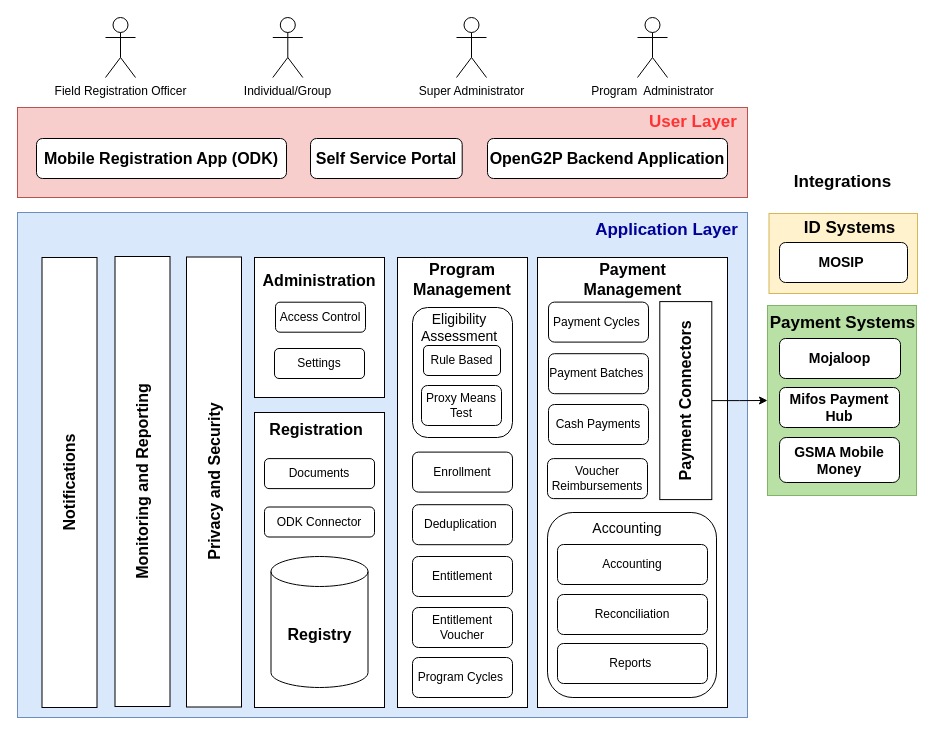
Earlier version of the draw.io diagram .gitbook/assets/functional-architecture.drawio (OpenG2P/openg2p-documentation). Source tidied: cells renumbered, new cells numbered last; positions are measured from the earlier drawing's top-left corner, leaving out a move shared by most shapes. Both pictures are drawn from the tidied source at 100%, with x=0, y=0 at pixel (-156, 17).
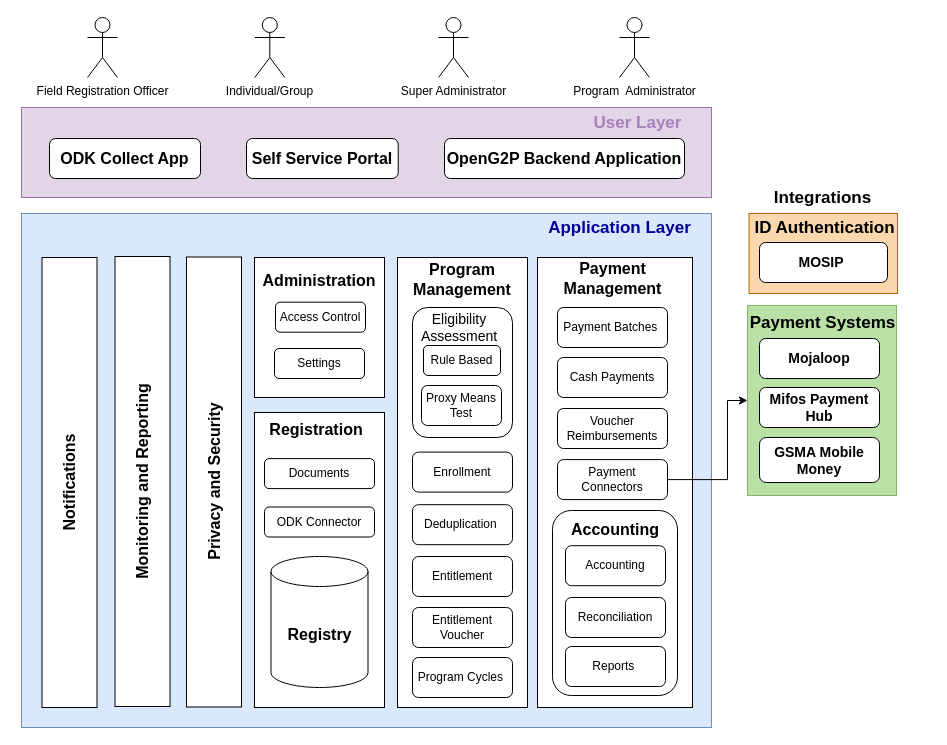
The same diagram, later.

Commit message:
Mobile Registration App -> ODK Collect App

The edit, as a diff of the source:
```diff
@@
     <mxCell id="2" style="rounded=0;whiteSpace=wrap;html=1;fillColor=#dae8fc;strokeColor=#6c8ebf;" parent="1" vertex="1">
-      <mxGeometry x="173" y="195" width="730" height="505" as="geometry" />
+      <mxGeometry x="177" y="196" width="690" height="514" as="geometry" />
     </mxCell>
     <mxCell id="3" style="rounded=0;whiteSpace=wrap;html=1;" parent="1" vertex="1">
-      <mxGeometry x="693" y="240" width="190" height="450" as="geometry" />
+      <mxGeometry x="693" y="240" width="155" height="450" as="geometry" />
     </mxCell>
-    <mxCell id="4" style="rounded=1;whiteSpace=wrap;html=1;align=center;labelPosition=center;verticalLabelPosition=top;verticalAlign=bottom;" parent="1" vertex="1">
-      <mxGeometry x="703" y="495" width="169" height="185" as="geometry" />
-    </mxCell>
+    <mxCell id="58" style="rounded=1;whiteSpace=wrap;html=1;" parent="1" vertex="1">
+      <mxGeometry x="708" y="493" width="125" height="185" as="geometry" />
+    </mxCell>
     <mxCell id="5" style="rounded=0;whiteSpace=wrap;html=1;fillColor=#B9E0A5;strokeColor=#82b366;" parent="1" vertex="1">
-      <mxGeometry x="923" y="288" width="149" height="190" as="geometry" />
+      <mxGeometry x="903" y="288" width="149" height="190" as="geometry" />
     </mxCell>
-    <mxCell id="6" style="rounded=0;whiteSpace=wrap;html=1;fillColor=#fff2cc;strokeColor=#d6b656;" parent="1" vertex="1">
-      <mxGeometry x="924.5" y="196" width="148.5" height="80" as="geometry" />
+    <mxCell id="6" style="rounded=0;whiteSpace=wrap;html=1;fillColor=#fad7ac;strokeColor=#b46504;" parent="1" vertex="1">
+      <mxGeometry x="904.5" y="196" width="148.5" height="80" as="geometry" />
     </mxCell>
-    <mxCell id="7" style="rounded=0;whiteSpace=wrap;html=1;fillColor=#f8cecc;strokeColor=#b85450;" parent="1" vertex="1">
-      <mxGeometry x="173" y="90" width="730" height="90" as="geometry" />
+    <mxCell id="7" style="rounded=0;whiteSpace=wrap;html=1;fillColor=#e1d5e7;strokeColor=#9673a6;" parent="1" vertex="1">
+      <mxGeometry x="177" y="90" width="690" height="90" as="geometry" />
     </mxCell>
@@
-    <mxCell id="11" value="&lt;font style=&quot;font-size: 16px;&quot;&gt;&lt;b&gt;Mobile Registration App (ODK)&lt;/b&gt;&lt;/font&gt;" style="rounded=1;whiteSpace=wrap;html=1;" parent="1" vertex="1">
-      <mxGeometry x="192" y="121" width="250" height="40" as="geometry" />
+    <mxCell id="11" value="&lt;font style=&quot;font-size: 16px;&quot;&gt;&lt;b&gt;ODK Collect App&lt;/b&gt;&lt;/font&gt;" style="rounded=1;whiteSpace=wrap;html=1;" parent="1" vertex="1">
+      <mxGeometry x="205" y="121" width="151" height="40" as="geometry" />
     </mxCell>
     <mxCell id="12" value="Super Administrator" style="shape=umlActor;verticalLabelPosition=bottom;verticalAlign=top;html=1;" parent="1" vertex="1">
-      <mxGeometry x="612" width="30" height="60" as="geometry" />
+      <mxGeometry x="594" width="30" height="60" as="geometry" />
     </mxCell>
     <mxCell id="13" value="Program&amp;nbsp; Administrator" style="shape=umlActor;verticalLabelPosition=bottom;verticalAlign=top;html=1;" parent="1" vertex="1">
-      <mxGeometry x="793" width="30" height="60" as="geometry" />
+      <mxGeometry x="775" width="30" height="60" as="geometry" />
     </mxCell>
     <mxCell id="14" value="Field Registration Officer&lt;br&gt;" style="shape=umlActor;verticalLabelPosition=bottom;verticalAlign=top;html=1;" parent="1" vertex="1">
-      <mxGeometry x="261" width="30" height="60" as="geometry" />
+      <mxGeometry x="243" width="30" height="60" as="geometry" />
     </mxCell>
     <mxCell id="15" value="Individual/Group&lt;br&gt;" style="shape=umlActor;verticalLabelPosition=bottom;verticalAlign=top;html=1;" parent="1" vertex="1">
-      <mxGeometry x="428.3" width="30" height="60" as="geometry" />
+      <mxGeometry x="410.3" width="30" height="60" as="geometry" />
     </mxCell>
@@
     <mxCell id="19" value="&lt;font style=&quot;font-size: 16px;&quot;&gt;&lt;b&gt;Self Service Portal&lt;/b&gt;&lt;/font&gt;" style="rounded=1;whiteSpace=wrap;html=1;" parent="1" vertex="1">
-      <mxGeometry x="466" y="121" width="151.7" height="40" as="geometry" />
+      <mxGeometry x="402" y="121" width="151.7" height="40" as="geometry" />
     </mxCell>
     <mxCell id="20" value="&lt;font style=&quot;font-size: 16px;&quot;&gt;&lt;b&gt;OpenG2P Backend Application&lt;/b&gt;&lt;/font&gt;" style="rounded=1;whiteSpace=wrap;html=1;" parent="1" vertex="1">
-      <mxGeometry x="643" y="121" width="240" height="40" as="geometry" />
+      <mxGeometry x="600" y="121" width="240" height="40" as="geometry" />
     </mxCell>
@@
-    <mxCell id="26" value="Payment Cycles&amp;nbsp;" style="rounded=1;whiteSpace=wrap;html=1;" parent="1" vertex="1">
-      <mxGeometry x="704" y="284.6" width="100" height="40" as="geometry" />
-    </mxCell>
     <mxCell id="27" value="Payment Batches&amp;nbsp;" style="rounded=1;whiteSpace=wrap;html=1;" parent="1" vertex="1">
-      <mxGeometry x="704" y="336.2" width="100" height="40" as="geometry" />
+      <mxGeometry x="713" y="290" width="110" height="40" as="geometry" />
     </mxCell>
     <mxCell id="28" value="Accounting" style="rounded=1;whiteSpace=wrap;html=1;" parent="1" vertex="1">
-      <mxGeometry x="713" y="527" width="150" height="40" as="geometry" />
+      <mxGeometry x="721" y="528.2" width="100" height="40" as="geometry" />
     </mxCell>
     <mxCell id="29" value="Reconciliation" style="rounded=1;whiteSpace=wrap;html=1;" parent="1" vertex="1">
-      <mxGeometry x="713" y="577" width="150" height="40" as="geometry" />
+      <mxGeometry x="721" y="580" width="100" height="40" as="geometry" />
     </mxCell>
     <mxCell id="30" value="Reports&amp;nbsp;" style="rounded=1;whiteSpace=wrap;html=1;" parent="1" vertex="1">
-      <mxGeometry x="713" y="626" width="150" height="40" as="geometry" />
+      <mxGeometry x="721" y="629" width="100" height="40" as="geometry" />
     </mxCell>
     <mxCell id="31" value="&lt;b&gt;&lt;font style=&quot;font-size: 14px;&quot;&gt;Mojaloop&lt;/font&gt;&lt;/b&gt;" style="rounded=1;whiteSpace=wrap;html=1;" parent="1" vertex="1">
-      <mxGeometry x="935" y="321" width="121" height="40" as="geometry" />
+      <mxGeometry x="915" y="321" width="120" height="40" as="geometry" />
     </mxCell>
@@
     <mxCell id="35" value="&lt;b&gt;&lt;font style=&quot;font-size: 14px;&quot;&gt;MOSIP&amp;nbsp;&lt;/font&gt;&lt;/b&gt;" style="rounded=1;whiteSpace=wrap;html=1;" parent="1" vertex="1">
-      <mxGeometry x="935" y="225" width="128" height="40" as="geometry" />
+      <mxGeometry x="915" y="225" width="128" height="40" as="geometry" />
     </mxCell>
     <mxCell id="36" value="&lt;b&gt;&lt;font style=&quot;font-size: 14px;&quot;&gt;Mifos Payment Hub&lt;/font&gt;&lt;/b&gt;" style="rounded=1;whiteSpace=wrap;html=1;" parent="1" vertex="1">
-      <mxGeometry x="935" y="370" width="120" height="40" as="geometry" />
+      <mxGeometry x="915" y="370" width="120" height="40" as="geometry" />
     </mxCell>
     <mxCell id="37" value="&lt;b&gt;&lt;font style=&quot;font-size: 14px;&quot;&gt;GSMA Mobile Money&lt;/font&gt;&lt;/b&gt;" style="rounded=1;whiteSpace=wrap;html=1;" parent="1" vertex="1">
-      <mxGeometry x="935" y="420" width="120" height="45" as="geometry" />
+      <mxGeometry x="915" y="420" width="120" height="45" as="geometry" />
     </mxCell>
-    <mxCell id="38" value="&lt;b&gt;&lt;font color=&quot;#ff3333&quot; style=&quot;font-size: 17px;&quot;&gt;User Layer&lt;/font&gt;&lt;/b&gt;" style="text;html=1;align=center;verticalAlign=middle;whiteSpace=wrap;rounded=0;fontColor=#66FFB3;" parent="1" vertex="1">
-      <mxGeometry x="795" y="90" width="108" height="30" as="geometry" />
+    <mxCell id="38" value="&lt;b&gt;&lt;font style=&quot;font-size: 17px;&quot;&gt;User Layer&lt;/font&gt;&lt;/b&gt;" style="text;html=1;align=center;verticalAlign=middle;whiteSpace=wrap;rounded=0;fontColor=#A680B8;" parent="1" vertex="1">
+      <mxGeometry x="747" y="91" width="93" height="30" as="geometry" />
     </mxCell>
@@
     <mxCell id="42" value="Payment Management" style="text;html=1;strokeColor=none;fillColor=none;align=center;verticalAlign=middle;whiteSpace=wrap;rounded=0;fontSize=16;fontStyle=1;" parent="1" vertex="1">
-      <mxGeometry x="738.5" y="247.2" width="99" height="30" as="geometry" />
+      <mxGeometry x="718.5" y="246" width="99" height="30" as="geometry" />
     </mxCell>
     <mxCell id="43" value="&lt;b&gt;&lt;font color=&quot;#000099&quot; style=&quot;font-size: 17px;&quot;&gt;Application Layer&lt;/font&gt;&lt;/b&gt;" style="text;html=1;align=center;verticalAlign=middle;whiteSpace=wrap;rounded=0;fontColor=#66FFB3;" parent="1" vertex="1">
-      <mxGeometry x="742" y="198" width="161" height="30" as="geometry" />
+      <mxGeometry x="703" y="196" width="145" height="30" as="geometry" />
     </mxCell>
@@
-    <mxCell id="45" value="&lt;b&gt;&lt;font color=&quot;#000000&quot; style=&quot;font-size: 17px;&quot;&gt;ID Systems&lt;/font&gt;&lt;/b&gt;" style="text;html=1;align=center;verticalAlign=middle;whiteSpace=wrap;rounded=0;fontColor=#66FFB3;" parent="1" vertex="1">
-      <mxGeometry x="924.5" y="200" width="161" height="21.2" as="geometry" />
+    <mxCell id="45" value="&lt;b&gt;&lt;font color=&quot;#000000&quot; style=&quot;font-size: 17px;&quot;&gt;ID Authentication&lt;/font&gt;&lt;/b&gt;" style="text;html=1;align=center;verticalAlign=middle;whiteSpace=wrap;rounded=0;fontColor=#66FFB3;" parent="1" vertex="1">
+      <mxGeometry x="909" y="200" width="142.5" height="21.2" as="geometry" />
     </mxCell>
     <mxCell id="46" value="&lt;b&gt;&lt;font color=&quot;#000000&quot; style=&quot;font-size: 17px;&quot;&gt;Payment Systems&lt;/font&gt;&lt;/b&gt;" style="text;html=1;align=center;verticalAlign=middle;whiteSpace=wrap;rounded=0;fontColor=#66FFB3;" parent="1" vertex="1">
-      <mxGeometry x="918" y="290.8" width="161" height="30" as="geometry" />
+      <mxGeometry x="898" y="290.8" width="161" height="30" as="geometry" />
     </mxCell>
     <mxCell id="47" value="&lt;b&gt;&lt;font color=&quot;#000000&quot; style=&quot;font-size: 17px;&quot;&gt;Integrations&lt;/font&gt;&lt;/b&gt;" style="text;html=1;align=center;verticalAlign=middle;whiteSpace=wrap;rounded=0;fontColor=#66FFB3;" parent="1" vertex="1">
-      <mxGeometry x="918" y="150" width="161" height="30" as="geometry" />
+      <mxGeometry x="898" y="166" width="161" height="30" as="geometry" />
     </mxCell>
@@
     <mxCell id="49" value="Cash Payments" style="rounded=1;whiteSpace=wrap;html=1;" parent="1" vertex="1">
-      <mxGeometry x="704" y="387" width="100" height="40" as="geometry" />
+      <mxGeometry x="713" y="340" width="110" height="40" as="geometry" />
     </mxCell>
     <mxCell id="50" value="Voucher Reimbursements" style="rounded=1;whiteSpace=wrap;html=1;" parent="1" vertex="1">
-      <mxGeometry x="703" y="441.1" width="100" height="40" as="geometry" />
+      <mxGeometry x="713" y="391" width="110" height="40" as="geometry" />
     </mxCell>
@@
+    <mxCell id="55" value="Documents" style="rounded=1;whiteSpace=wrap;html=1;" parent="1" vertex="1">
+      <mxGeometry x="420" y="441.1" width="110" height="30" as="geometry" />
+    </mxCell>
+    <mxCell id="57" value="Notifications" style="rounded=0;whiteSpace=wrap;html=1;rotation=-90;fontSize=16;fontStyle=1;" parent="1" vertex="1">
+      <mxGeometry y="437.5" width="450" height="55" as="geometry" />
+    </mxCell>
+    <mxCell id="56" value="Accounting" style="text;html=1;strokeColor=none;fillColor=none;align=center;verticalAlign=middle;whiteSpace=wrap;rounded=0;fontSize=16;fontStyle=1;" parent="1" vertex="1">
+      <mxGeometry x="725.5" y="496.5" width="90" height="30" as="geometry" />
+    </mxCell>
-    <mxCell id="53" style="edgeStyle=orthogonalEdgeStyle;rounded=0;jettySize=auto;html=1;exitX=0.5;exitY=1;exitDx=0;exitDy=0;entryX=0;entryY=0.5;entryDx=0;entryDy=0;" parent="1" edge="1" source="54" target="5">
-      <mxGeometry relative="1" as="geometry" />
+    <mxCell id="53" style="edgeStyle=orthogonalEdgeStyle;rounded=0;jettySize=auto;html=1;exitX=1;exitY=0.5;exitDx=0;exitDy=0;entryX=0;entryY=0.5;entryDx=0;entryDy=0;" parent="1" edge="1" source="54" target="5">
+      <mxGeometry relative="1" as="geometry">
+        <Array as="points">
+          <mxPoint x="883" y="462" />
+          <mxPoint x="883" y="383" />
+        </Array>
+      </mxGeometry>
     </mxCell>
-    <mxCell id="54" value="&lt;font style=&quot;font-size: 16px;&quot;&gt;Payment Connectors&lt;/font&gt;" style="rounded=0;whiteSpace=wrap;html=1;rotation=-90;fontSize=16;fontStyle=1;" parent="1" vertex="1">
-      <mxGeometry x="742.3" y="357.1" width="198" height="52" as="geometry" />
+    <mxCell id="54" value="Payment Connectors" style="rounded=1;whiteSpace=wrap;html=1;" parent="1" vertex="1">
+      <mxGeometry x="713" y="442.1" width="110" height="40" as="geometry" />
     </mxCell>
-    <mxCell id="55" value="Documents" style="rounded=1;whiteSpace=wrap;html=1;" parent="1" vertex="1">
-      <mxGeometry x="420" y="441.1" width="110" height="30" as="geometry" />
-    </mxCell>
-    <mxCell id="56" value="&lt;font style=&quot;font-size: 14px;&quot;&gt;Accounting&lt;/font&gt;" style="text;html=1;strokeColor=none;fillColor=none;align=center;verticalAlign=middle;whiteSpace=wrap;rounded=0;" parent="1" vertex="1">
-      <mxGeometry x="753" y="496" width="60" height="30" as="geometry" />
-    </mxCell>
-    <mxCell id="57" value="Notifications" style="rounded=0;whiteSpace=wrap;html=1;rotation=-90;fontSize=16;fontStyle=1;" parent="1" vertex="1">
-      <mxGeometry y="437.5" width="450" height="55" as="geometry" />
-    </mxCell>
```
